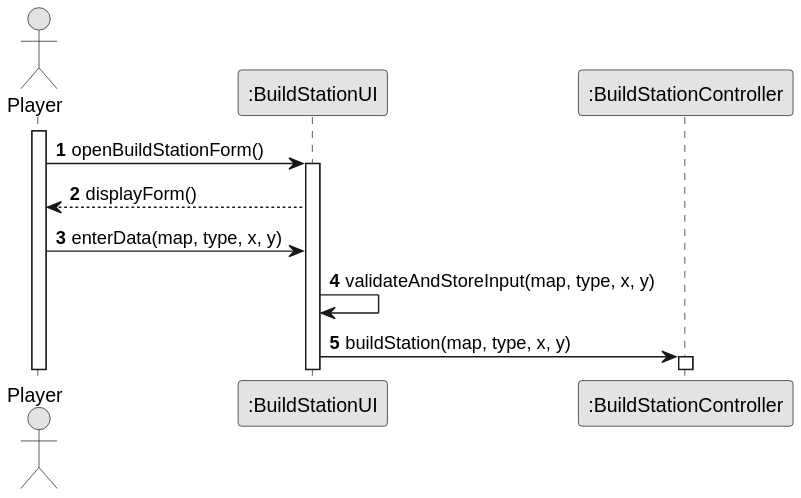
Above: docs/system-documentation/US005/03.design/svg/US005-SD-getInput.svg in goncalolopesp/sem2-pi-24.25-g093-repo (PlantUML), before the change.
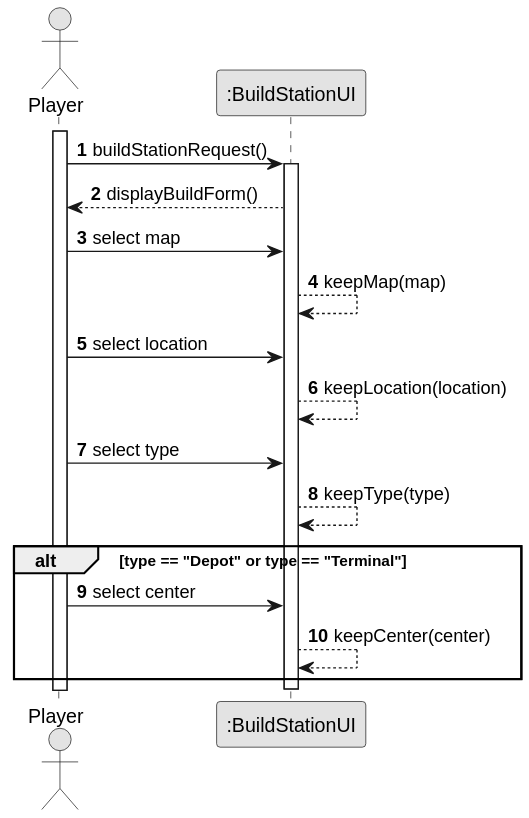
The same file after the commit.

What changed in the source:
```diff
@@ -2,20 +2,30 @@
 skinparam monochrome true
 skinparam packageStyle rectangle
 skinparam shadowing false
+
 autonumber
 
 actor "Player" as Player
 participant ":BuildStationUI" as BuildUI
-participant ":BuildStationController" as BuildController
 
 activate Player
-Player -> BuildUI: openBuildStationForm()
+Player -> BuildUI : buildStationRequest()
 activate BuildUI
-BuildUI --> Player: displayForm()
+BuildUI --> Player : displayBuildForm()
 
-Player -> BuildUI: enterData(map, type, x, y)
-BuildUI -> BuildUI: validateAndStoreInput(map, type, x, y)
+Player -> BuildUI : select map
+BuildUI --> BuildUI : keepMap(map)
 
-BuildUI -> BuildController: buildStation(map, type, x, y)
-activate BuildController
+Player -> BuildUI : select location
+BuildUI --> BuildUI : keepLocation(location)
+
+Player -> BuildUI : select type
+BuildUI --> BuildUI : keepType(type)
+
+alt type == "Depot" or type == "Terminal"
+  Player -> BuildUI : select center
+  BuildUI --> BuildUI : keepCenter(center)
+end
+
+deactivate BuildUI
 @enduml
```
